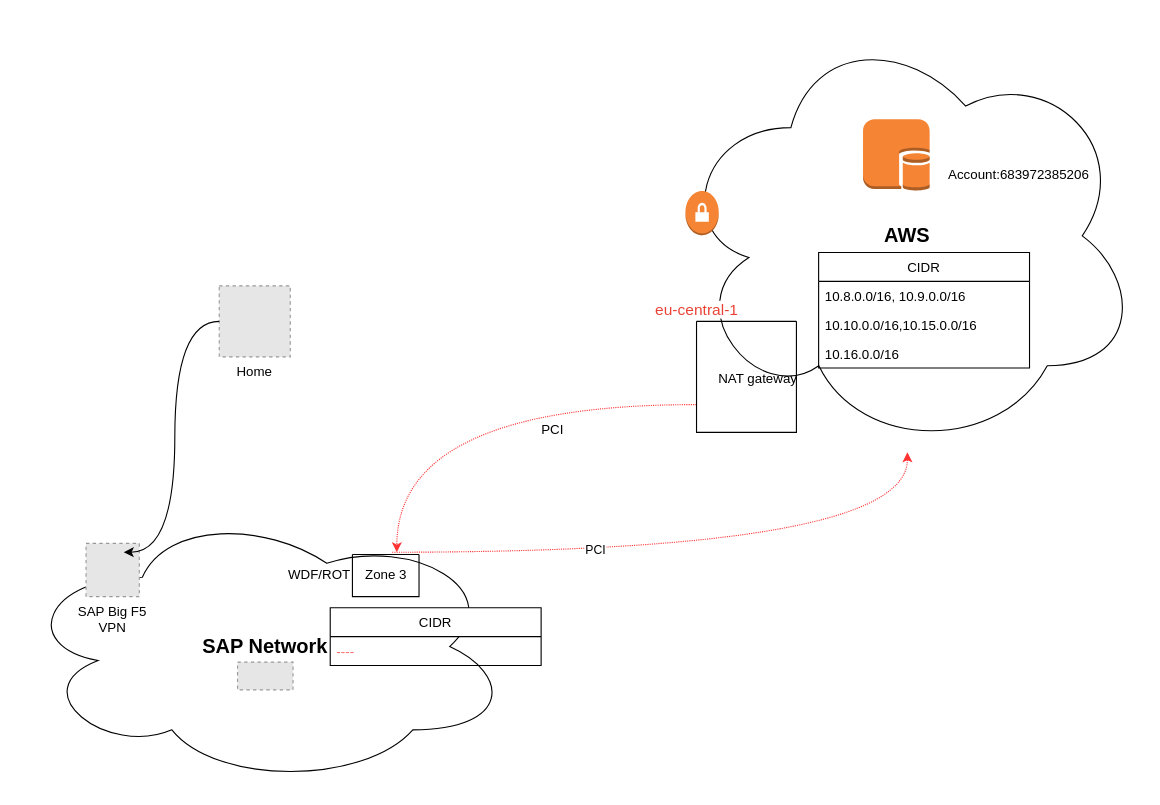
Above: page "Gigya-PCI" (2 of 2) of Gigya_PCI.drawio in BismarckY/diagarm (draw.io), before the change. Source tidied: cells renumbered, new cells numbered last; positions are measured from the earlier drawing's top-left corner, leaving out a move shared by most shapes. Both pictures are drawn from the tidied source at 111%, with x=0, y=0 at pixel (19, 19). Pictures stored in the file or linked from it are replaced by grey dashed boxes.
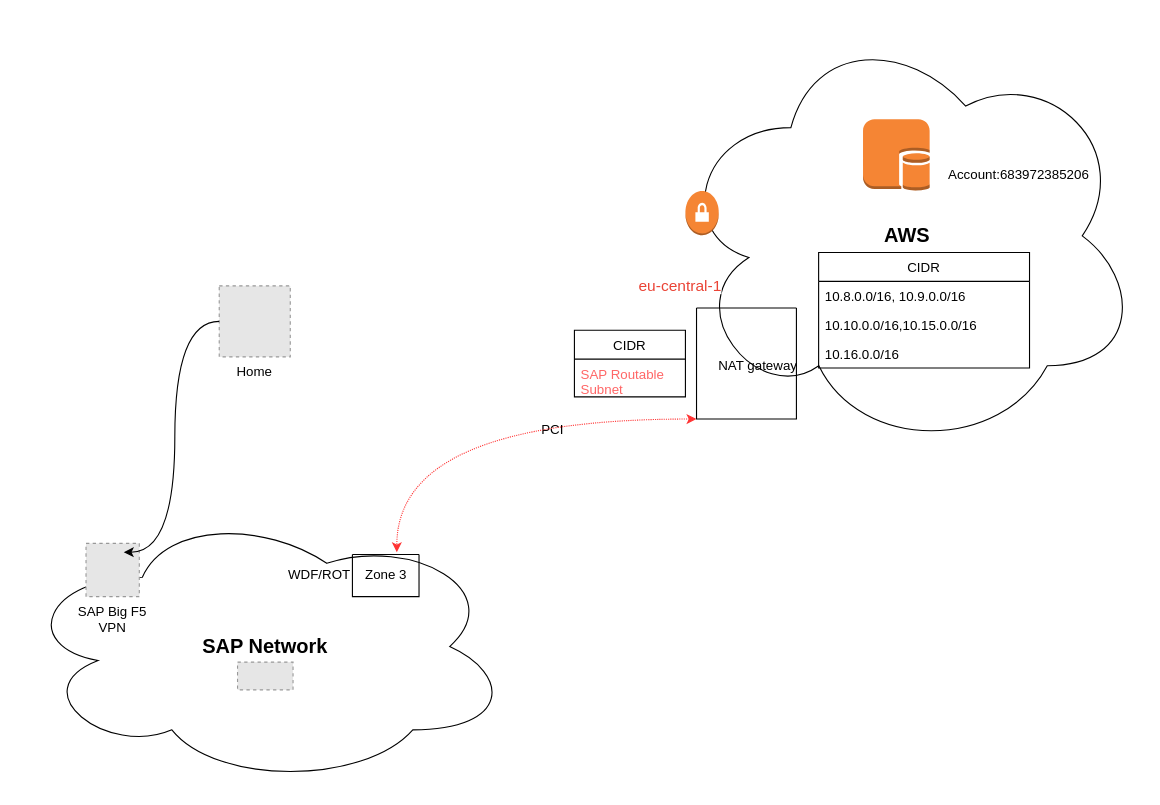
After the change.

Unchanged cells that the change refers to:
```xml
<mxCell id="4" value="&lt;font style=&quot;font-size: 18px&quot;&gt;&lt;b&gt;SAP Network&lt;/b&gt;&lt;/font&gt;" style="ellipse;shape=cloud;whiteSpace=wrap;html=1;" parent="1" vertex="1">
  <mxGeometry y="440" width="443" height="250" as="geometry" />
</mxCell>
<mxCell id="6" value="&lt;b&gt;&lt;font style=&quot;font-size: 18px&quot;&gt;AWS&lt;/font&gt;&lt;/b&gt;" style="ellipse;shape=cloud;whiteSpace=wrap;html=1;" parent="1" vertex="1">
  <mxGeometry x="590" width="420" height="390" as="geometry" />
</mxCell>
```

What changed in the source:
```diff
@@
-    <mxCell id="2" style="edgeStyle=orthogonalEdgeStyle;curved=1;rounded=0;jettySize=auto;html=1;exitX=0.758;exitY=0.16;exitDx=0;exitDy=0;exitPerimeter=0;dashed=1;dashPattern=1 1;strokeColor=#FF3333;" parent="1" edge="1" source="4" target="6">
-      <mxGeometry relative="1" as="geometry" />
-    </mxCell>
-    <mxCell id="3" value="PCI&lt;br&gt;" style="edgeLabel;html=1;align=center;verticalAlign=middle;" parent="2" vertex="1">
-      <mxGeometry x="-0.34" y="4" relative="1" as="geometry">
-        <mxPoint y="1" as="offset" />
-      </mxGeometry>
-    </mxCell>
@@
     <mxCell id="16" value="&lt;span style=&quot;color: rgb(234 , 67 , 53) ; font-family: &amp;#34;arial&amp;#34; , sans-serif ; font-size: 14px ; text-align: left ; background-color: rgb(255 , 255 , 255)&quot;&gt;eu-central-1&lt;/span&gt;" style="text;html=1;align=center;verticalAlign=middle;strokeColor=none;" parent="1" vertex="1">
-      <mxGeometry x="565" y="252" width="90" height="20" as="geometry" />
+      <mxGeometry x="550" y="230" width="90" height="20" as="geometry" />
     </mxCell>
@@
-    <mxCell id="19" style="edgeStyle=orthogonalEdgeStyle;curved=1;rounded=0;jettySize=auto;html=1;exitX=0;exitY=0.75;exitDx=0;exitDy=0;dashed=1;dashPattern=1 1;strokeColor=#FF3333;" parent="1" edge="1" source="20">
+    <mxCell id="19" style="edgeStyle=orthogonalEdgeStyle;curved=1;rounded=0;jettySize=auto;html=1;exitX=0;exitY=1;exitDx=0;exitDy=0;dashed=1;dashPattern=1 1;strokeColor=#FF3333;startArrow=classic;startFill=1;endArrow=classic;endFill=1;" parent="1" edge="1" source="20">
       <mxGeometry relative="1" as="geometry">
         <mxPoint x="340" y="480" as="targetPoint" />
+        <Array as="points">
+          <mxPoint x="610" y="360" />
+          <mxPoint x="340" y="360" />
+        </Array>
       </mxGeometry>
     </mxCell>
     <mxCell id="20" style="swimlane;startSize=0;" parent="1" vertex="1">
-      <mxGeometry x="610" y="272" width="90" height="100" as="geometry" />
+      <mxGeometry x="610" y="260" width="90" height="100" as="geometry" />
     </mxCell>
@@
     <mxCell id="25" value="CIDR" style="swimlane;fontStyle=0;horizontal=1;startSize=26;" parent="1" vertex="1">
-      <mxGeometry x="280" y="530" width="190" height="52" as="geometry" />
+      <mxGeometry x="500" y="280" width="100" height="60" as="geometry" />
     </mxCell>
-    <mxCell id="26" value="----" style="text;strokeColor=none;fillColor=none;align=left;verticalAlign=top;spacingLeft=4;spacingRight=4;overflow=hidden;fontColor=#FF6666;" parent="25" vertex="1">
-      <mxGeometry y="26" width="190" height="26" as="geometry" />
+    <mxCell id="26" value="SAP Routable &#10;Subnet" style="text;strokeColor=none;fillColor=none;align=left;verticalAlign=top;spacingLeft=4;spacingRight=4;overflow=hidden;fontColor=#FF6666;" parent="25" vertex="1">
+      <mxGeometry y="26" width="100" height="34" as="geometry" />
     </mxCell>
```
